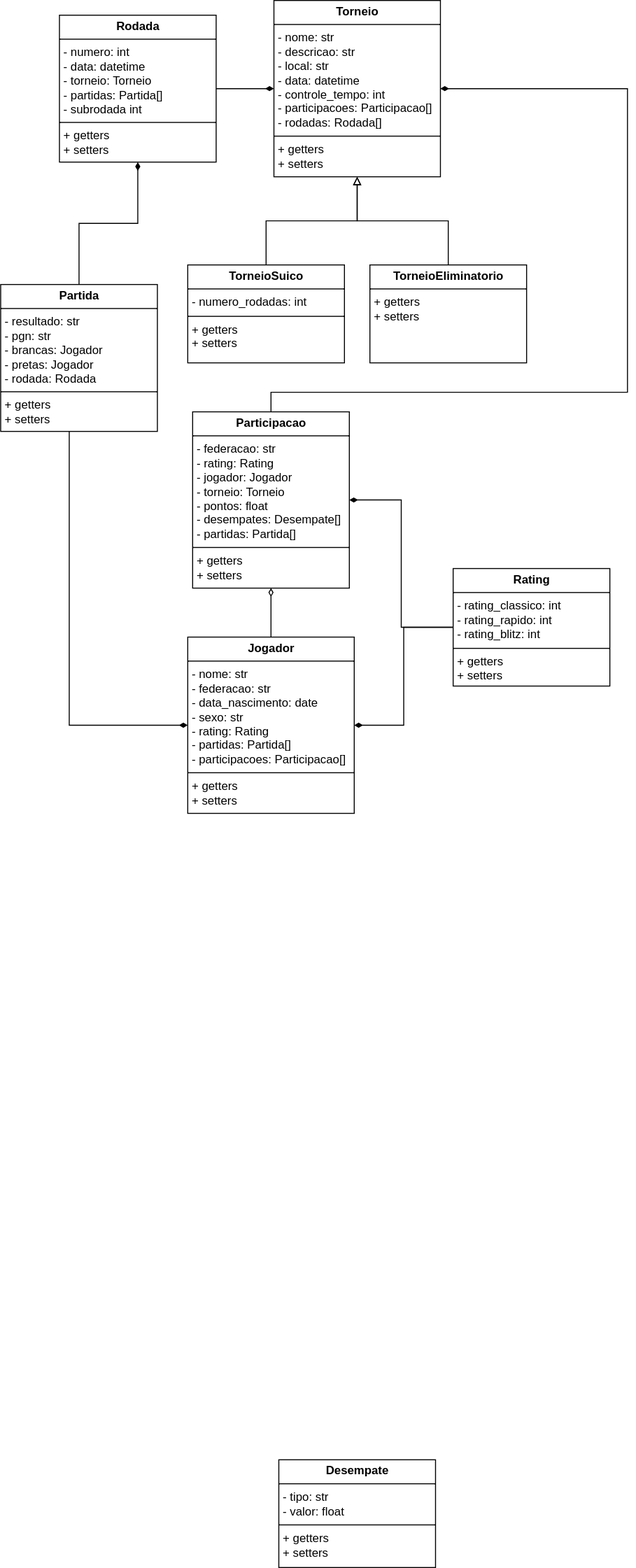
gustavowkayser/swiss-chess-system keeps this draw.io diagram as SwissChessSystemUML.drawio.svg. Above is the earlier version. Source tidied: cells renumbered, new cells last; positions are measured from the earlier drawing's top-left corner, leaving out a move shared by most shapes.
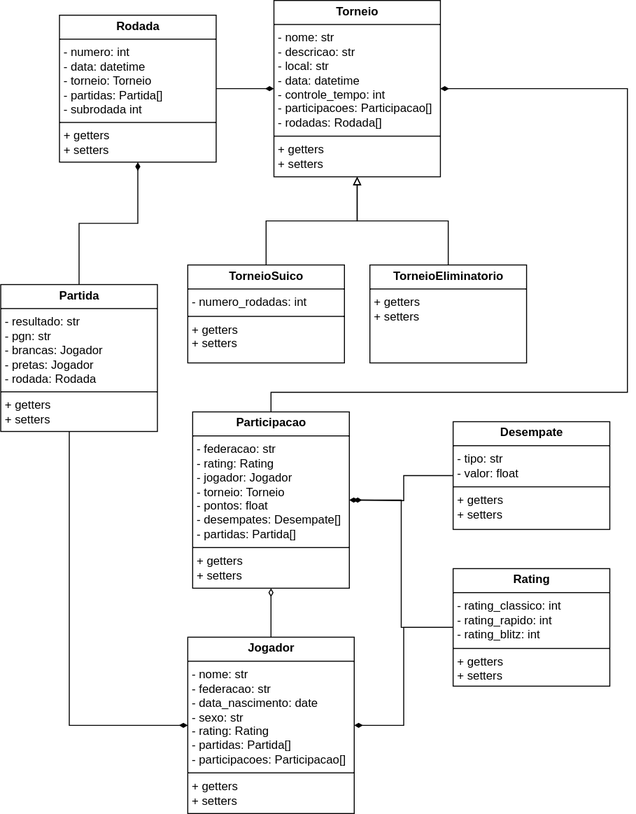
Later version of the same file.

Commit message:
Update UML graph

Diff of the diagram source:
```diff
@@ -63,8 +63,13 @@
     <mxCell id="18" value="&lt;p style=&quot;margin:0px;margin-top:4px;text-align:center;&quot;&gt;&lt;b&gt;Jogador&lt;/b&gt;&lt;/p&gt;&lt;hr size=&quot;1&quot; style=&quot;border-style:solid;&quot;&gt;&lt;p style=&quot;margin:0px;margin-left:4px;&quot;&gt;- nome: str&lt;/p&gt;&lt;p style=&quot;margin:0px;margin-left:4px;&quot;&gt;- federacao: str&lt;/p&gt;&lt;p style=&quot;margin:0px;margin-left:4px;&quot;&gt;- data_nascimento: date&lt;/p&gt;&lt;p style=&quot;margin:0px;margin-left:4px;&quot;&gt;- sexo: str&lt;/p&gt;&lt;p style=&quot;margin:0px;margin-left:4px;&quot;&gt;- rating: Rating&lt;/p&gt;&lt;p style=&quot;margin:0px;margin-left:4px;&quot;&gt;- partidas: Partida[]&lt;/p&gt;&lt;p style=&quot;margin:0px;margin-left:4px;&quot;&gt;- participacoes: Participacao[]&lt;/p&gt;&lt;hr size=&quot;1&quot; style=&quot;border-style:solid;&quot;&gt;&lt;p style=&quot;margin:0px;margin-left:4px;&quot;&gt;+ getters&lt;/p&gt;&lt;p style=&quot;margin:0px;margin-left:4px;&quot;&gt;+ setters&lt;/p&gt;" style="verticalAlign=top;align=left;overflow=fill;html=1;whiteSpace=wrap;" parent="1" vertex="1">
       <mxGeometry x="191" y="650" width="170" height="180" as="geometry" />
     </mxCell>
+    <mxCell id="20" style="edgeStyle=orthogonalEdgeStyle;rounded=0;jettySize=auto;html=1;endArrow=diamondThin;endFill=1;" parent="1" edge="1" source="19">
+      <mxGeometry relative="1" as="geometry">
+        <mxPoint x="360" y="510" as="targetPoint" />
+      </mxGeometry>
+    </mxCell>
     <mxCell id="19" value="&lt;p style=&quot;margin:0px;margin-top:4px;text-align:center;&quot;&gt;&lt;b&gt;Desempate&lt;/b&gt;&lt;/p&gt;&lt;hr size=&quot;1&quot; style=&quot;border-style:solid;&quot;&gt;&lt;p style=&quot;margin:0px;margin-left:4px;&quot;&gt;- tipo: str&lt;/p&gt;&lt;p style=&quot;margin:0px;margin-left:4px;&quot;&gt;- valor: float&lt;/p&gt;&lt;hr size=&quot;1&quot; style=&quot;border-style:solid;&quot;&gt;&lt;p style=&quot;margin:0px;margin-left:4px;&quot;&gt;+ getters&lt;/p&gt;&lt;p style=&quot;margin:0px;margin-left:4px;&quot;&gt;+ setters&lt;/p&gt;" style="verticalAlign=top;align=left;overflow=fill;html=1;whiteSpace=wrap;" parent="1" vertex="1">
-      <mxGeometry x="284" y="1490" width="160" height="110" as="geometry" />
+      <mxGeometry x="462" y="430" width="160" height="110" as="geometry" />
     </mxCell>
   </root>
 </mxGraphModel>
```
